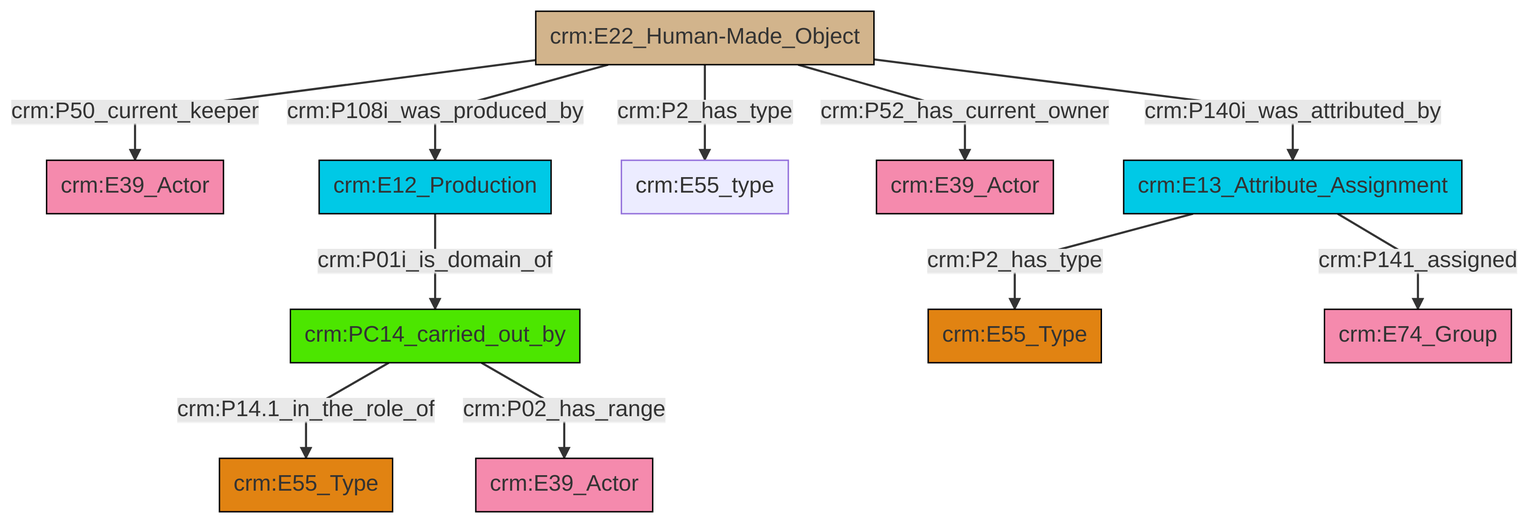
swiss-art-research-net/reference-data-models keeps this Mermaid diagram as et/artworkCSV/ttl/mmd/png/Artwork_Actor_Relations.png. Above is the earlier version. Its source is kept beside it as et/artworkCSV/ttl/mmd/Artwork_Actor_Relations.ttl.mmd.
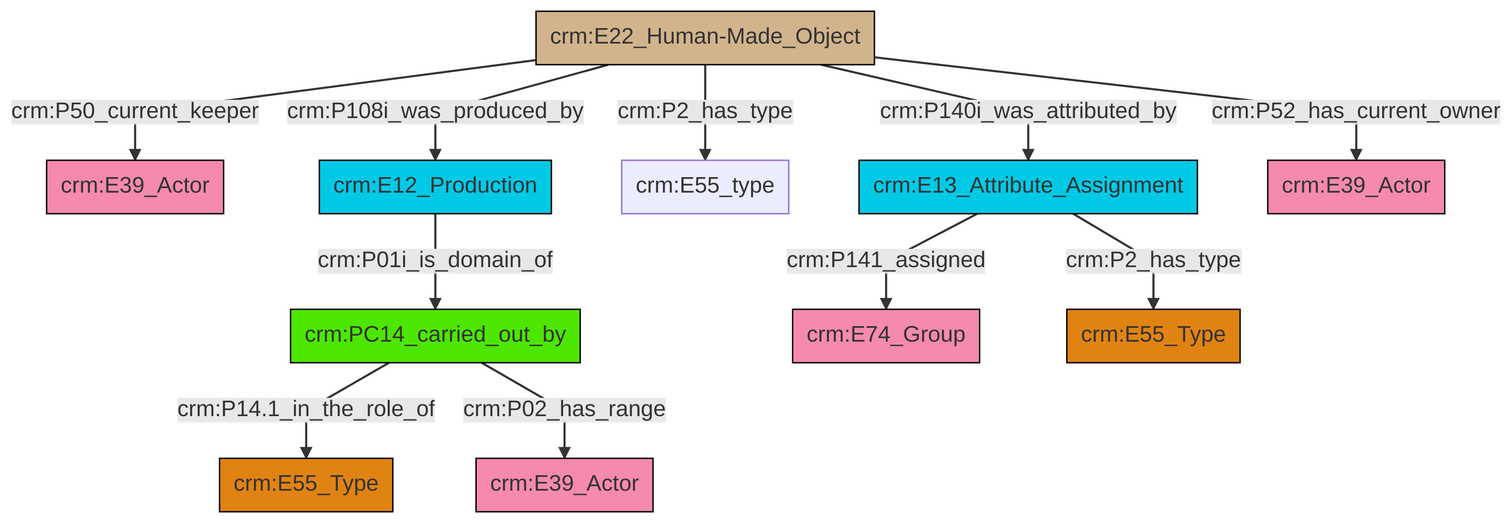
After the change.

Change to the diagram source:
```diff
@@ -13,13 +13,13 @@
 classDef PC_Classes fill:#4ce600, stroke:#000000;
 classDef Multi fill:#cccccc,stroke:#000000;
 
-4["crm:E22_Human-Made_Object"]:::Physical_Thing -->|crm:P50_current_keeper| 6["crm:E39_Actor"]:::Actor
-9["crm:E12_Production"]:::Temporal_Entity -->|crm:P01i_is_domain_of| 10["crm:PC14_carried_out_by"]:::PC_Classes
-0["crm:E13_Attribute_Assignment"]:::Temporal_Entity -->|crm:P2_has_type| 12["crm:E55_Type"]:::Type
-10["crm:PC14_carried_out_by"]:::PC_Classes -->|crm:P14.1_in_the_role_of| 15["crm:E55_Type"]:::Type
-4["crm:E22_Human-Made_Object"]:::Physical_Thing -->|crm:P108i_was_produced_by| 9["crm:E12_Production"]:::Temporal_Entity
-0["crm:E13_Attribute_Assignment"]:::Temporal_Entity -->|crm:P141_assigned| 7["crm:E74_Group"]:::Actor
-4["crm:E22_Human-Made_Object"]:::Physical_Thing -->|crm:P2_has_type| 13["crm:E55_type"]:::Default
-4["crm:E22_Human-Made_Object"]:::Physical_Thing -->|crm:P52_has_current_owner| 17["crm:E39_Actor"]:::Actor
-4["crm:E22_Human-Made_Object"]:::Physical_Thing -->|crm:P140i_was_attributed_by| 0["crm:E13_Attribute_Assignment"]:::Temporal_Entity
-10["crm:PC14_carried_out_by"]:::PC_Classes -->|crm:P02_has_range| 2["crm:E39_Actor"]:::Actor
+2["crm:E22_Human-Made_Object"]:::Physical_Thing -->|crm:P140i_was_attributed_by| 3["crm:E13_Attribute_Assignment"]:::Temporal_Entity
+5["crm:PC14_carried_out_by"]:::PC_Classes -->|crm:P14.1_in_the_role_of| 6["crm:E55_Type"]:::Type
+13["crm:E12_Production"]:::Temporal_Entity -->|crm:P01i_is_domain_of| 5["crm:PC14_carried_out_by"]:::PC_Classes
+5["crm:PC14_carried_out_by"]:::PC_Classes -->|crm:P02_has_range| 18["crm:E39_Actor"]:::Actor
+2["crm:E22_Human-Made_Object"]:::Physical_Thing -->|crm:P2_has_type| 10["crm:E55_type"]:::Default
+2["crm:E22_Human-Made_Object"]:::Physical_Thing -->|crm:P108i_was_produced_by| 13["crm:E12_Production"]:::Temporal_Entity
+2["crm:E22_Human-Made_Object"]:::Physical_Thing -->|crm:P50_current_keeper| 0["crm:E39_Actor"]:::Actor
+3["crm:E13_Attribute_Assignment"]:::Temporal_Entity -->|crm:P2_has_type| 16["crm:E55_Type"]:::Type
+3["crm:E13_Attribute_Assignment"]:::Temporal_Entity -->|crm:P141_assigned| 8["crm:E74_Group"]:::Actor
+2["crm:E22_Human-Made_Object"]:::Physical_Thing -->|crm:P52_has_current_owner| 14["crm:E39_Actor"]:::Actor
```
